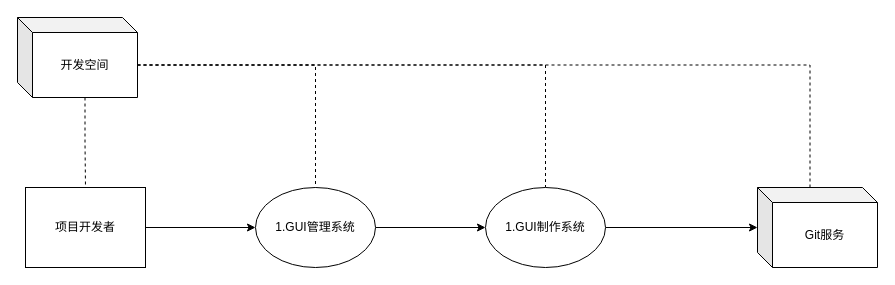
Before: GUI-dfd.drawio in Janmin/draw.io, a draw.io diagram. Source tidied: cells renumbered, new cells numbered last; positions are measured from the earlier drawing's top-left corner, leaving out a move shared by most shapes. Both pictures are drawn from the tidied source at 100%, with x=0, y=0 at pixel (17, 17).
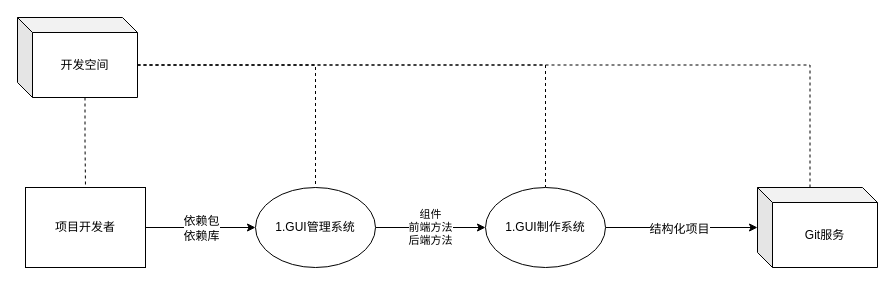
Above is the later version.

Change to the diagram source:
```diff
@@
 <mxGraphModel>
   <root>
     <mxCell id="0" />
     <mxCell id="1" parent="0" />
     <mxCell id="2" style="edgeStyle=orthogonalEdgeStyle;rounded=0;jettySize=auto;html=1;exitX=0;exitY=0;exitDx=67.5;exitDy=80;exitPerimeter=0;entryX=0.5;entryY=0;entryDx=0;entryDy=0;dashed=1;endArrow=none;endFill=0;" parent="1" edge="1" source="6" target="8">
       <mxGeometry relative="1" as="geometry" />
     </mxCell>
     <mxCell id="3" style="edgeStyle=orthogonalEdgeStyle;rounded=0;jettySize=auto;html=1;exitX=0;exitY=0;exitDx=120;exitDy=47.5;exitPerimeter=0;entryX=0.5;entryY=0;entryDx=0;entryDy=0;dashed=1;endArrow=none;endFill=0;" parent="1" edge="1" source="6" target="10">
       <mxGeometry relative="1" as="geometry" />
     </mxCell>
     <mxCell id="4" style="edgeStyle=orthogonalEdgeStyle;rounded=0;jettySize=auto;html=1;exitX=0;exitY=0;exitDx=120;exitDy=47.5;exitPerimeter=0;entryX=0.5;entryY=0;entryDx=0;entryDy=0;dashed=1;endArrow=none;endFill=0;" parent="1" edge="1" source="6" target="12">
       <mxGeometry relative="1" as="geometry" />
     </mxCell>
     <mxCell id="5" style="edgeStyle=orthogonalEdgeStyle;rounded=0;jettySize=auto;html=1;exitX=0;exitY=0;exitDx=120;exitDy=47.5;exitPerimeter=0;entryX=0;entryY=0;entryDx=52.5;entryDy=0;entryPerimeter=0;dashed=1;endArrow=none;endFill=0;" parent="1" edge="1" source="6" target="13">
       <mxGeometry relative="1" as="geometry" />
     </mxCell>
     <mxCell id="6" value="开发空间" style="shape=cube;whiteSpace=wrap;html=1;boundedLbl=1;backgroundOutline=1;darkOpacity=0.05;darkOpacity2=0.1;size=15;" parent="1" vertex="1">
       <mxGeometry width="120" height="80" as="geometry" />
     </mxCell>
     <mxCell id="7" style="edgeStyle=orthogonalEdgeStyle;rounded=0;jettySize=auto;html=1;exitX=1;exitY=0.5;exitDx=0;exitDy=0;entryX=0;entryY=0.5;entryDx=0;entryDy=0;" parent="1" edge="1" source="8" target="10">
       <mxGeometry relative="1" as="geometry" />
     </mxCell>
+    <mxCell id="14" value="依赖包&lt;br&gt;依赖库" style="text;html=1;align=center;verticalAlign=middle;labelBackgroundColor=#ffffff;" parent="7" vertex="1">
+      <mxGeometry x="-0.15" y="3" relative="1" as="geometry">
+        <mxPoint x="8" y="3" as="offset" />
+      </mxGeometry>
+    </mxCell>
     <mxCell id="8" value="项目开发者" style="rounded=0;whiteSpace=wrap;html=1;" parent="1" vertex="1">
       <mxGeometry x="8" y="170" width="120" height="80" as="geometry" />
     </mxCell>
-    <mxCell id="9" style="edgeStyle=orthogonalEdgeStyle;rounded=0;jettySize=auto;html=1;exitX=1;exitY=0.5;exitDx=0;exitDy=0;" parent="1" edge="1" source="10" target="12">
+    <mxCell id="9" value="组件&lt;br&gt;前端方法&lt;br&gt;后端方法" style="edgeStyle=orthogonalEdgeStyle;rounded=0;jettySize=auto;html=1;exitX=1;exitY=0.5;exitDx=0;exitDy=0;" parent="1" edge="1" source="10" target="12">
       <mxGeometry relative="1" as="geometry" />
     </mxCell>
     <mxCell id="10" value="1.GUI管理系统" style="ellipse;whiteSpace=wrap;html=1;" parent="1" vertex="1">
       <mxGeometry x="238" y="170" width="120" height="80" as="geometry" />
     </mxCell>
     <mxCell id="11" style="edgeStyle=orthogonalEdgeStyle;rounded=0;jettySize=auto;html=1;exitX=1;exitY=0.5;exitDx=0;exitDy=0;" parent="1" edge="1" source="12" target="13">
       <mxGeometry relative="1" as="geometry" />
     </mxCell>
+    <mxCell id="15" value="结构化项目" style="text;html=1;align=center;verticalAlign=middle;labelBackgroundColor=#ffffff;" parent="11" vertex="1">
+      <mxGeometry x="-0.04" y="-1" relative="1" as="geometry" />
+    </mxCell>
     <mxCell id="12" value="1.GUI制作系统" style="ellipse;whiteSpace=wrap;html=1;" parent="1" vertex="1">
       <mxGeometry x="468" y="170" width="120" height="80" as="geometry" />
     </mxCell>
     <mxCell id="13" value="Git服务" style="shape=cube;whiteSpace=wrap;html=1;boundedLbl=1;backgroundOutline=1;darkOpacity=0.05;darkOpacity2=0.1;size=15;" parent="1" vertex="1">
       <mxGeometry x="740" y="170" width="120" height="80" as="geometry" />
     </mxCell>
   </root>
 </mxGraphModel>
```
